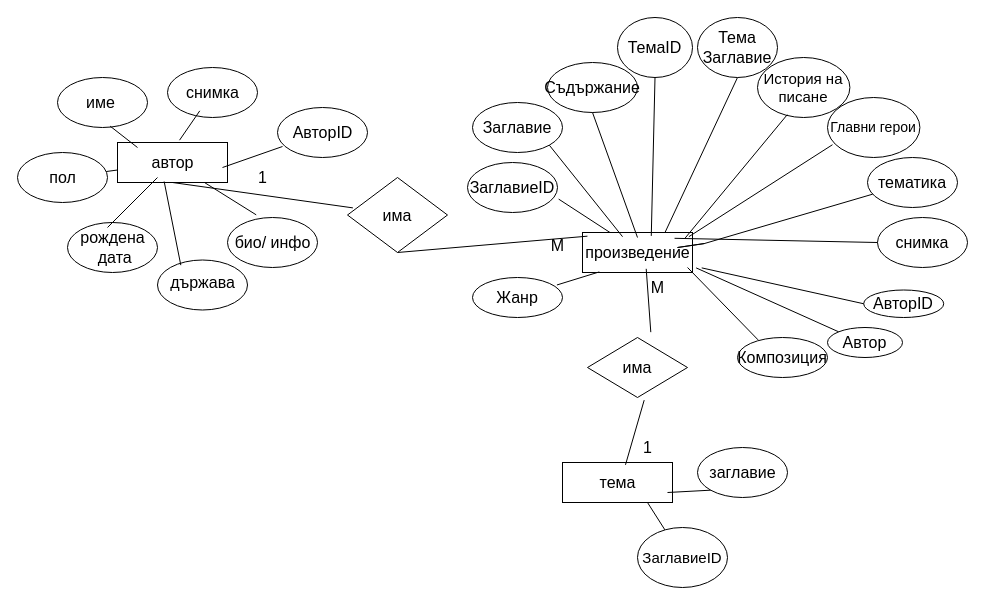
This is TablesScripts/ЕРдиаграма.drawio from mimiarabska/diplomnaPoBel, a draw.io file, before an edit. Source tidied: cells renumbered, new cells numbered last; positions are measured from the earlier drawing's top-left corner, leaving out a move shared by most shapes. Both pictures are drawn from the tidied source at 100%, with x=0, y=0 at pixel (17, 17).
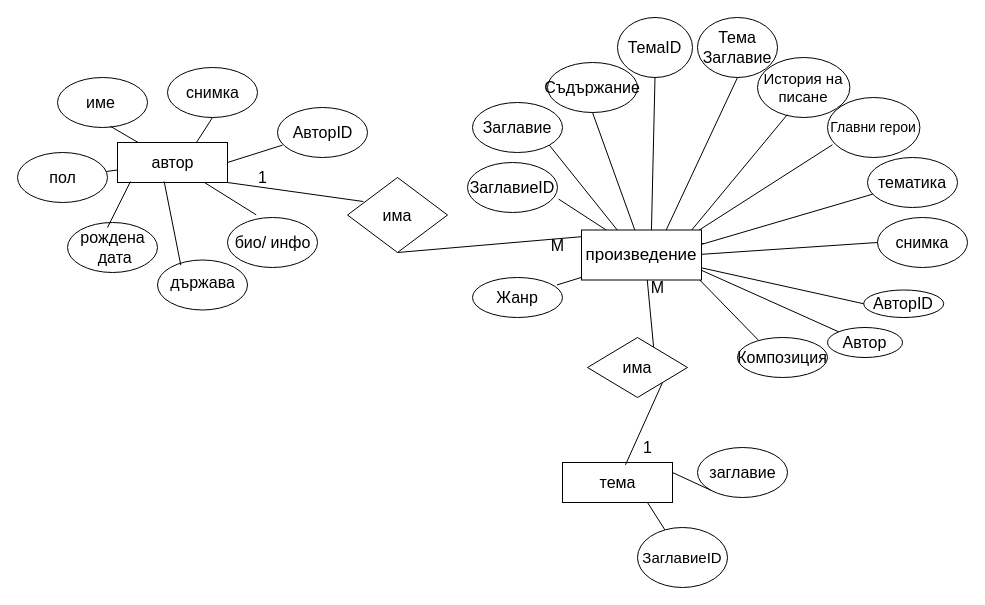
After the change.

Unchanged cells that the change refers to:
```xml
<mxCell id="3" style="rounded=0;whiteSpace=wrap;html=1;" parent="1" vertex="1">
  <mxGeometry x="100" y="125" width="110" height="40" as="geometry" />
</mxCell>
<mxCell id="4" style="rounded=0;whiteSpace=wrap;html=1;" parent="1" vertex="1">
  <mxGeometry x="545" y="445" width="110" height="40" as="geometry" />
</mxCell>
<mxCell id="6" value="&lt;font style=&quot;font-size: 16px;&quot;&gt;тема&lt;/font&gt;" style="text;html=1;align=center;verticalAlign=middle;points=[];fillColor=none;strokeColor=none;rounded=0;" parent="1" vertex="1">
  <mxGeometry x="570" y="450" width="60" height="30" as="geometry" />
</mxCell>
<mxCell id="8" value="автор" style="text;html=1;align=center;verticalAlign=middle;points=[];fillColor=none;strokeColor=none;rounded=0;fontSize=16;" parent="1" vertex="1">
  <mxGeometry x="120" y="130" width="70" height="30" as="geometry" />
</mxCell>
<mxCell id="9" value="&lt;span style=&quot;&quot;&gt;Заглавие&lt;/span&gt;" style="ellipse;whiteSpace=wrap;html=1;fontSize=16;" parent="1" vertex="1">
  <mxGeometry x="455" y="85" width="90" height="50" as="geometry" />
</mxCell>
<mxCell id="12" value="&lt;span style=&quot;&quot;&gt;тематика&lt;/span&gt;" style="ellipse;whiteSpace=wrap;html=1;fontSize=16;" parent="1" vertex="1">
  <mxGeometry x="850" y="140" width="90" height="50" as="geometry" />
</mxCell>
<mxCell id="13" value="&lt;span style=&quot;&quot;&gt;снимка&lt;/span&gt;" style="ellipse;whiteSpace=wrap;html=1;fontSize=16;" parent="1" vertex="1">
  <mxGeometry x="860" y="200" width="90" height="50" as="geometry" />
</mxCell>
<mxCell id="14" style="ellipse;whiteSpace=wrap;html=1;fontSize=16;" parent="1" vertex="1">
  <mxGeometry x="680" y="430" width="90" height="50" as="geometry" />
</mxCell>
<mxCell id="17" style="ellipse;whiteSpace=wrap;html=1;fontSize=16;" parent="1" vertex="1">
  <mxGeometry x="150" y="50" width="90" height="50" as="geometry" />
</mxCell>
<mxCell id="18" style="ellipse;whiteSpace=wrap;html=1;fontSize=16;" parent="1" vertex="1">
  <mxGeometry x="40" y="60" width="90" height="50" as="geometry" />
</mxCell>
<mxCell id="23" value="снимка" style="text;html=1;align=center;verticalAlign=middle;points=[];fillColor=none;strokeColor=none;rounded=0;fontSize=16;" parent="1" vertex="1">
  <mxGeometry x="155" y="60" width="80" height="30" as="geometry" />
</mxCell>
<mxCell id="24" value="АвторID" style="text;html=1;align=center;verticalAlign=middle;points=[];fillColor=none;strokeColor=none;rounded=0;fontSize=16;" parent="1" vertex="1">
  <mxGeometry x="265" y="100" width="80" height="30" as="geometry" />
</mxCell>
<mxCell id="45" value="&lt;font style=&quot;font-size: 14px;&quot;&gt;Главни герои&lt;/font&gt;" style="ellipse;whiteSpace=wrap;html=1;fillColor=none;gradientColor=none;" parent="1" vertex="1">
  <mxGeometry x="810" y="80" width="92.4" height="60" as="geometry" />
</mxCell>
<mxCell id="46" value="&lt;font style=&quot;font-size: 15px;&quot;&gt;История на писане&lt;/font&gt;" style="ellipse;whiteSpace=wrap;html=1;fillColor=none;gradientColor=none;" parent="1" vertex="1">
  <mxGeometry x="740" y="40" width="92.4" height="60" as="geometry" />
</mxCell>
<mxCell id="50" value="ТемаID" style="ellipse;whiteSpace=wrap;html=1;fontSize=16;" parent="1" vertex="1">
  <mxGeometry x="600" width="75" height="60" as="geometry" />
</mxCell>
<mxCell id="51" value="Автор" style="ellipse;whiteSpace=wrap;html=1;fontSize=16;" parent="1" vertex="1">
  <mxGeometry x="810" y="310" width="75" height="30" as="geometry" />
</mxCell>
<mxCell id="52" value="АвторID" style="ellipse;whiteSpace=wrap;html=1;fontSize=16;" parent="1" vertex="1">
  <mxGeometry x="846.2" y="272.5" width="80" height="27.5" as="geometry" />
</mxCell>
<mxCell id="53" value="Композиция" style="ellipse;whiteSpace=wrap;html=1;fontSize=16;" parent="1" vertex="1">
  <mxGeometry x="720" y="320" width="90" height="40" as="geometry" />
</mxCell>
<mxCell id="54" value="Жанр" style="ellipse;whiteSpace=wrap;html=1;fontSize=16;" parent="1" vertex="1">
  <mxGeometry x="455" y="260" width="90" height="40" as="geometry" />
</mxCell>
<mxCell id="66" value="има" style="rhombus;whiteSpace=wrap;html=1;fontSize=16;" parent="1" vertex="1">
  <mxGeometry x="330" y="160" width="100" height="75" as="geometry" />
</mxCell>
<mxCell id="68" value="има" style="rhombus;whiteSpace=wrap;html=1;fontSize=16;" parent="1" vertex="1">
  <mxGeometry x="570" y="320" width="100" height="60" as="geometry" />
</mxCell>
```

The edit, as a diff of the source:
```diff
@@
-    <mxCell id="5" value="&lt;font style=&quot;font-size: 16px;&quot;&gt;произведение&lt;/font&gt;" style="text;html=1;align=center;verticalAlign=middle;points=[];fillColor=none;strokeColor=none;rounded=0;" parent="1" vertex="1">
-      <mxGeometry x="555" y="220" width="130" height="30" as="geometry" />
-    </mxCell>
@@
-    <mxCell id="29" style="endArrow=none;html=1;rounded=0;fontSize=16;exitX=0.5;exitY=1;exitDx=0;exitDy=0;entryX=0.115;entryY=-0.044;entryDx=0;entryDy=0;entryPerimeter=0;startArrow=none;" parent="1" edge="1" source="66" target="5">
-      <mxGeometry relative="1" as="geometry" />
+    <mxCell id="29" style="endArrow=none;html=1;rounded=0;fontSize=16;exitX=0.5;exitY=1;exitDx=0;exitDy=0;entryX=0.115;entryY=-0.044;entryDx=0;entryDy=0;entryPerimeter=0;startArrow=none;" parent="1" edge="1" source="66">
+      <mxGeometry relative="1" as="geometry">
+        <mxPoint x="569.9" y="218.7" as="targetPoint" />
+      </mxGeometry>
     </mxCell>
-    <mxCell id="30" style="endArrow=none;html=1;rounded=0;fontSize=16;entryX=0.567;entryY=1.044;entryDx=0;entryDy=0;entryPerimeter=0;exitX=0.633;exitY=-0.089;exitDx=0;exitDy=0;exitPerimeter=0;startArrow=none;" parent="1" edge="1" source="68" target="5">
-      <mxGeometry relative="1" as="geometry" />
+    <mxCell id="30" style="endArrow=none;html=1;rounded=0;fontSize=16;entryX=0.567;entryY=1.044;entryDx=0;entryDy=0;entryPerimeter=0;exitX=0.662;exitY=0.173;exitDx=0;exitDy=0;exitPerimeter=0;startArrow=none;" parent="1" edge="1" source="68">
+      <mxGeometry relative="1" as="geometry">
+        <mxPoint x="628.7" y="251.3" as="targetPoint" />
+      </mxGeometry>
     </mxCell>
@@
-    <mxCell id="32" style="endArrow=none;html=1;rounded=0;fontSize=16;entryX=0.206;entryY=1.147;entryDx=0;entryDy=0;entryPerimeter=0;exitX=0.938;exitY=0.187;exitDx=0;exitDy=0;exitPerimeter=0;" parent="1" edge="1" source="54" target="5">
-      <mxGeometry relative="1" as="geometry" />
+    <mxCell id="32" style="endArrow=none;html=1;rounded=0;fontSize=16;entryX=0.206;entryY=1.147;entryDx=0;entryDy=0;entryPerimeter=0;exitX=0.938;exitY=0.187;exitDx=0;exitDy=0;exitPerimeter=0;" parent="1" edge="1" source="54">
+      <mxGeometry relative="1" as="geometry">
+        <mxPoint x="581.8" y="254.4" as="targetPoint" />
+      </mxGeometry>
     </mxCell>
-    <mxCell id="33" style="endArrow=none;html=1;rounded=0;fontSize=16;entryX=0.885;entryY=1;entryDx=0;entryDy=0;entryPerimeter=0;exitX=0.229;exitY=0.06;exitDx=0;exitDy=0;exitPerimeter=0;" parent="1" edge="1" source="53" target="5">
-      <mxGeometry relative="1" as="geometry" />
+    <mxCell id="33" style="endArrow=none;html=1;rounded=0;fontSize=16;entryX=0.885;entryY=1;entryDx=0;entryDy=0;entryPerimeter=0;exitX=0.229;exitY=0.06;exitDx=0;exitDy=0;exitPerimeter=0;" parent="1" edge="1" source="53">
+      <mxGeometry relative="1" as="geometry">
+        <mxPoint x="670.1" y="250" as="targetPoint" />
+      </mxGeometry>
     </mxCell>
-    <mxCell id="34" style="endArrow=none;html=1;rounded=0;fontSize=16;entryX=1.018;entryY=0.2;entryDx=0;entryDy=0;entryPerimeter=0;" parent="1" edge="1" source="12" target="5">
+    <mxCell id="34" style="endArrow=none;html=1;rounded=0;fontSize=16;entryX=1.018;entryY=0.2;entryDx=0;entryDy=0;entryPerimeter=0;" parent="1" edge="1" source="12">
       <mxGeometry relative="1" as="geometry">
+        <mxPoint x="687.3" y="226" as="targetPoint" />
         <Array as="points">
           <mxPoint x="687" y="226" />
           <mxPoint x="660" y="230" />
         </Array>
       </mxGeometry>
     </mxCell>
@@
-    <mxCell id="37" style="endArrow=none;html=1;rounded=0;fontSize=16;" parent="1" edge="1" target="24">
-      <mxGeometry relative="1" as="geometry">
-        <mxPoint x="205" y="150" as="sourcePoint" />
-      </mxGeometry>
+    <mxCell id="37" style="endArrow=none;html=1;rounded=0;fontSize=16;exitX=1;exitY=0.5;exitDx=0;exitDy=0;" parent="1" edge="1" source="3" target="24">
+      <mxGeometry relative="1" as="geometry" />
     </mxCell>
@@
-    <mxCell id="39" style="endArrow=none;html=1;rounded=0;fontSize=16;entryX=0;entryY=1;entryDx=0;entryDy=0;" parent="1" edge="1" target="14">
-      <mxGeometry relative="1" as="geometry">
-        <mxPoint x="650" y="475" as="sourcePoint" />
-      </mxGeometry>
+    <mxCell id="39" style="endArrow=none;html=1;rounded=0;fontSize=16;entryX=0;entryY=1;entryDx=0;entryDy=0;exitX=1;exitY=0.25;exitDx=0;exitDy=0;" parent="1" edge="1" source="4" target="14">
+      <mxGeometry relative="1" as="geometry" />
     </mxCell>
-    <mxCell id="40" style="endArrow=none;html=1;rounded=0;fontSize=16;" parent="1" edge="1">
+    <mxCell id="40" style="endArrow=none;html=1;rounded=0;fontSize=16;entryX=0.118;entryY=0.975;entryDx=0;entryDy=0;entryPerimeter=0;" parent="1" edge="1" target="3">
       <mxGeometry relative="1" as="geometry">
         <mxPoint x="90" y="210" as="sourcePoint" />
-        <mxPoint x="140" y="160" as="targetPoint" />
       </mxGeometry>
     </mxCell>
-    <mxCell id="41" style="endArrow=none;html=1;rounded=0;fontSize=16;exitX=0.564;exitY=-0.058;exitDx=0;exitDy=0;exitPerimeter=0;entryX=0.341;entryY=1.111;entryDx=0;entryDy=0;entryPerimeter=0;" parent="1" edge="1" source="3" target="23">
+    <mxCell id="41" style="endArrow=none;html=1;rounded=0;fontSize=16;entryX=0.5;entryY=1;entryDx=0;entryDy=0;exitX=0.837;exitY=-0.147;exitDx=0;exitDy=0;exitPerimeter=0;" parent="1" edge="1" source="8" target="17">
       <mxGeometry relative="1" as="geometry" />
     </mxCell>
-    <mxCell id="42" style="endArrow=none;html=1;rounded=0;fontSize=16;entryX=0.585;entryY=0.973;entryDx=0;entryDy=0;entryPerimeter=0;" parent="1" edge="1" target="18">
-      <mxGeometry relative="1" as="geometry">
-        <mxPoint x="120" y="130" as="sourcePoint" />
-      </mxGeometry>
+    <mxCell id="42" style="endArrow=none;html=1;rounded=0;fontSize=16;entryX=0.585;entryY=0.973;entryDx=0;entryDy=0;entryPerimeter=0;" parent="1" edge="1" source="3" target="18">
+      <mxGeometry relative="1" as="geometry" />
     </mxCell>
@@
-    <mxCell id="55" style="endArrow=none;html=1;rounded=0;fontSize=16;entryX=1;entryY=1;entryDx=0;entryDy=0;exitX=0.385;exitY=-0.027;exitDx=0;exitDy=0;exitPerimeter=0;" parent="1" edge="1" source="5" target="9">
-      <mxGeometry relative="1" as="geometry" />
+    <mxCell id="55" style="endArrow=none;html=1;rounded=0;fontSize=16;entryX=1;entryY=1;entryDx=0;entryDy=0;exitX=0.385;exitY=-0.027;exitDx=0;exitDy=0;exitPerimeter=0;" parent="1" edge="1" target="9">
+      <mxGeometry relative="1" as="geometry">
+        <mxPoint x="605.1" y="219.2" as="sourcePoint" />
+      </mxGeometry>
     </mxCell>
-    <mxCell id="56" style="endArrow=none;html=1;rounded=0;fontSize=16;entryX=0.5;entryY=1;entryDx=0;entryDy=0;exitX=0.606;exitY=-0.053;exitDx=0;exitDy=0;exitPerimeter=0;" parent="1" edge="1" source="5" target="50">
-      <mxGeometry relative="1" as="geometry" />
+    <mxCell id="56" style="endArrow=none;html=1;rounded=0;fontSize=16;entryX=0.5;entryY=1;entryDx=0;entryDy=0;exitX=0.606;exitY=-0.053;exitDx=0;exitDy=0;exitPerimeter=0;" parent="1" edge="1" target="50">
+      <mxGeometry relative="1" as="geometry">
+        <mxPoint x="633.8" y="218.4" as="sourcePoint" />
+      </mxGeometry>
     </mxCell>
-    <mxCell id="57" style="endArrow=none;html=1;rounded=0;fontSize=16;entryX=0.322;entryY=0.953;entryDx=0;entryDy=0;entryPerimeter=0;exitX=0.865;exitY=0.027;exitDx=0;exitDy=0;exitPerimeter=0;" parent="1" edge="1" source="5" target="46">
-      <mxGeometry relative="1" as="geometry" />
+    <mxCell id="57" style="endArrow=none;html=1;rounded=0;fontSize=16;entryX=0.322;entryY=0.953;entryDx=0;entryDy=0;entryPerimeter=0;exitX=0.865;exitY=0.027;exitDx=0;exitDy=0;exitPerimeter=0;" parent="1" edge="1" target="46">
+      <mxGeometry relative="1" as="geometry">
+        <mxPoint x="667.4" y="220.8" as="sourcePoint" />
+      </mxGeometry>
     </mxCell>
-    <mxCell id="58" style="endArrow=none;html=1;rounded=0;fontSize=16;entryX=0.054;entryY=0.787;entryDx=0;entryDy=0;entryPerimeter=0;exitX=0.895;exitY=-0.027;exitDx=0;exitDy=0;exitPerimeter=0;" parent="1" edge="1" source="5" target="45">
-      <mxGeometry relative="1" as="geometry" />
+    <mxCell id="58" style="endArrow=none;html=1;rounded=0;fontSize=16;entryX=0.054;entryY=0.787;entryDx=0;entryDy=0;entryPerimeter=0;exitX=0.895;exitY=-0.027;exitDx=0;exitDy=0;exitPerimeter=0;" parent="1" edge="1" target="45">
+      <mxGeometry relative="1" as="geometry">
+        <mxPoint x="671.3" y="219.2" as="sourcePoint" />
+      </mxGeometry>
     </mxCell>
-    <mxCell id="59" style="endArrow=none;html=1;rounded=0;fontSize=16;entryX=0;entryY=0.5;entryDx=0;entryDy=0;exitX=0.785;exitY=0.027;exitDx=0;exitDy=0;exitPerimeter=0;" parent="1" edge="1" source="5" target="13">
-      <mxGeometry relative="1" as="geometry" />
+    <mxCell id="59" style="endArrow=none;html=1;rounded=0;fontSize=16;entryX=0;entryY=0.5;entryDx=0;entryDy=0;exitX=0.994;exitY=0.56;exitDx=0;exitDy=0;exitPerimeter=0;" parent="1" edge="1" target="13">
+      <mxGeometry relative="1" as="geometry">
+        <mxPoint x="684.2" y="236.8" as="sourcePoint" />
+      </mxGeometry>
     </mxCell>
-    <mxCell id="60" style="endArrow=none;html=1;rounded=0;fontSize=16;entryX=0;entryY=0.5;entryDx=0;entryDy=0;exitX=0.994;exitY=1.013;exitDx=0;exitDy=0;exitPerimeter=0;" parent="1" edge="1" source="5" target="52">
-      <mxGeometry relative="1" as="geometry" />
+    <mxCell id="60" style="endArrow=none;html=1;rounded=0;fontSize=16;entryX=0;entryY=0.5;entryDx=0;entryDy=0;exitX=0.994;exitY=1.013;exitDx=0;exitDy=0;exitPerimeter=0;" parent="1" edge="1" target="52">
+      <mxGeometry relative="1" as="geometry">
+        <mxPoint x="684.2" y="250.4" as="sourcePoint" />
+      </mxGeometry>
     </mxCell>
-    <mxCell id="61" style="endArrow=none;html=1;rounded=0;fontSize=16;entryX=0;entryY=0;entryDx=0;entryDy=0;exitX=0.951;exitY=1.013;exitDx=0;exitDy=0;exitPerimeter=0;" parent="1" edge="1" source="5" target="51">
-      <mxGeometry relative="1" as="geometry" />
+    <mxCell id="61" style="endArrow=none;html=1;rounded=0;fontSize=16;entryX=0;entryY=0;entryDx=0;entryDy=0;exitX=0.951;exitY=1.013;exitDx=0;exitDy=0;exitPerimeter=0;" parent="1" edge="1" target="51">
+      <mxGeometry relative="1" as="geometry">
+        <mxPoint x="678.6" y="250.4" as="sourcePoint" />
+      </mxGeometry>
     </mxCell>
@@
-    <mxCell id="67" style="endArrow=none;html=1;rounded=0;fontSize=16;exitX=0.5;exitY=1;exitDx=0;exitDy=0;entryX=0.054;entryY=0.405;entryDx=0;entryDy=0;entryPerimeter=0;" parent="1" edge="1" source="3" target="66">
+    <mxCell id="67" style="endArrow=none;html=1;rounded=0;fontSize=16;exitX=1;exitY=1;exitDx=0;exitDy=0;entryX=0.158;entryY=0.32;entryDx=0;entryDy=0;entryPerimeter=0;" parent="1" edge="1" source="3" target="66">
       <mxGeometry relative="1" as="geometry" />
     </mxCell>
@@
-    <mxCell id="69" style="endArrow=none;html=1;rounded=0;fontSize=16;entryX=0.567;entryY=1.044;entryDx=0;entryDy=0;entryPerimeter=0;exitX=0.633;exitY=-0.089;exitDx=0;exitDy=0;exitPerimeter=0;" parent="1" edge="1" source="6" target="68">
+    <mxCell id="69" style="endArrow=none;html=1;rounded=0;fontSize=16;entryX=1;entryY=1;entryDx=0;entryDy=0;exitX=0.633;exitY=-0.089;exitDx=0;exitDy=0;exitPerimeter=0;" parent="1" edge="1" source="6" target="68">
       <mxGeometry relative="1" as="geometry" />
     </mxCell>
+    <mxCell id="5" value="&lt;font style=&quot;font-size: 17px;&quot;&gt;произведение&lt;/font&gt;" style="rounded=0;whiteSpace=wrap;html=1;" parent="1" vertex="1">
+      <mxGeometry x="564" y="212.5" width="120" height="50" as="geometry" />
+    </mxCell>
```
